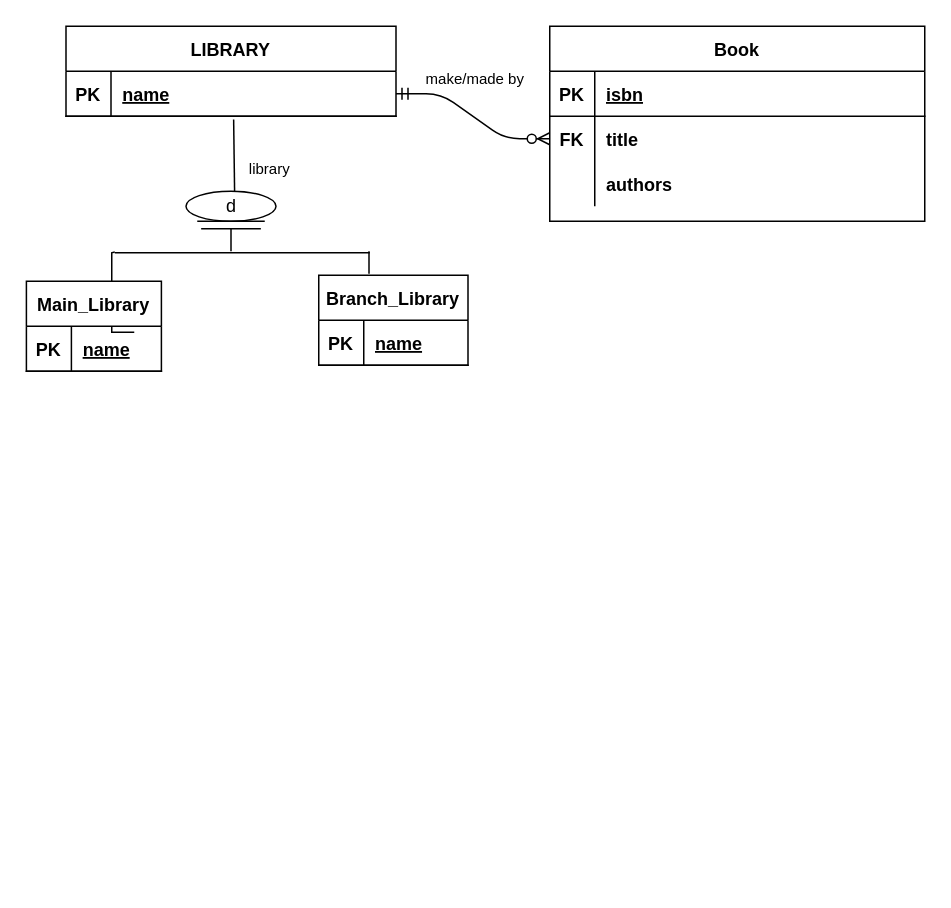
Before: page "Q3-CROWSFOOT" (7 of 7) of DBDESIGN-ASS1.drawio in nurezzajeslin/week3, a draw.io diagram. Source tidied: cells renumbered, new cells numbered last; positions are measured from the earlier drawing's top-left corner, leaving out a move shared by most shapes. Both pictures are drawn from the tidied source at 150%, with x=0, y=0 at pixel (26, 26).
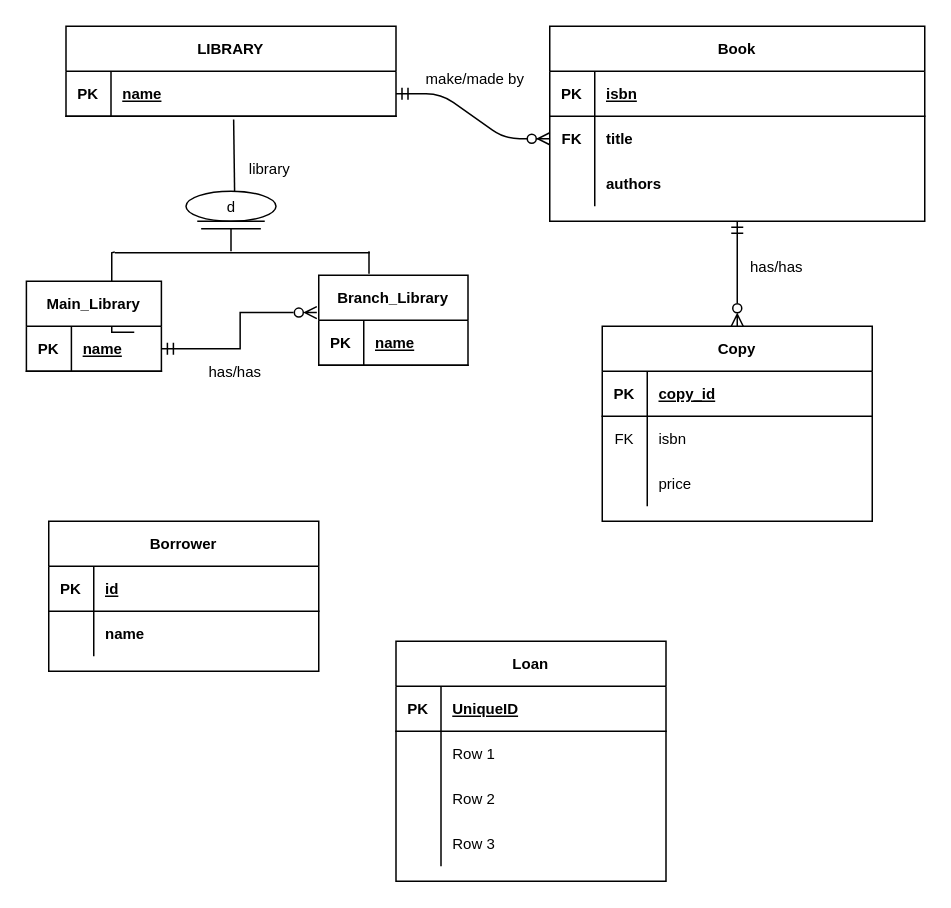
The same page after the edit.

Diff of the diagram source:
```diff
@@
-    <mxCell id="2" style="edgeStyle=entityRelationEdgeStyle;endArrow=ERzeroToMany;startArrow=ERmandOne;endFill=1;startFill=0;" parent="1" edge="1" source="14" target="7">
+    <mxCell id="2" style="edgeStyle=entityRelationEdgeStyle;endArrow=ERzeroToMany;startArrow=ERmandOne;endFill=1;startFill=0;fontSize=10;" parent="1" edge="1" source="14" target="7">
       <mxGeometry relative="1" as="geometry" />
     </mxCell>
+    <mxCell id="34" style="edgeStyle=orthogonalEdgeStyle;rounded=0;jettySize=auto;html=1;exitX=0.5;exitY=1;exitDx=0;exitDy=0;fontSize=10;startArrow=ERmandOne;startFill=0;endArrow=ERzeroToMany;endFill=0;" parent="1" edge="1" source="3" target="57">
+      <mxGeometry relative="1" as="geometry" />
+    </mxCell>
-    <mxCell id="3" value="Book" style="shape=table;startSize=30;childLayout=tableLayout;rowLines=0;fontStyle=1;align=center;" parent="1" vertex="1">
+    <mxCell id="3" value="Book" style="shape=table;startSize=30;childLayout=tableLayout;rowLines=0;fontStyle=1;align=center;fontSize=10;" parent="1" vertex="1">
       <mxGeometry x="349" width="250" height="130" as="geometry" />
     </mxCell>
-    <mxCell id="4" style="shape=partialRectangle;fillColor=none;top=0;left=0;right=0;bottom=1;" parent="3" vertex="1">
+    <mxCell id="4" style="shape=partialRectangle;fillColor=none;top=0;left=0;right=0;bottom=1;fontSize=10;" parent="3" vertex="1">
       <mxGeometry y="30" width="250" height="30" as="geometry" />
     </mxCell>
-    <mxCell id="5" value="PK" style="shape=partialRectangle;overflow=hidden;fillColor=none;top=0;left=0;bottom=0;right=0;fontStyle=1;" parent="4" vertex="1">
+    <mxCell id="5" value="PK" style="shape=partialRectangle;overflow=hidden;fillColor=none;top=0;left=0;bottom=0;right=0;fontStyle=1;fontSize=10;" parent="4" vertex="1">
       <mxGeometry width="30" height="30" as="geometry" />
     </mxCell>
-    <mxCell id="6" value="isbn" style="shape=partialRectangle;overflow=hidden;fillColor=none;top=0;left=0;bottom=0;right=0;align=left;spacingLeft=6;fontStyle=5;" parent="4" vertex="1">
+    <mxCell id="6" value="isbn" style="shape=partialRectangle;overflow=hidden;fillColor=none;top=0;left=0;bottom=0;right=0;align=left;spacingLeft=6;fontStyle=5;fontSize=10;" parent="4" vertex="1">
       <mxGeometry x="30" width="220" height="30" as="geometry" />
     </mxCell>
-    <mxCell id="7" style="shape=partialRectangle;fillColor=none;points=[[0,0.5],[1,0.5]];portConstraint=eastwest;top=0;left=0;right=0;bottom=0;" parent="3" vertex="1">
+    <mxCell id="7" style="shape=partialRectangle;fillColor=none;points=[[0,0.5],[1,0.5]];portConstraint=eastwest;top=0;left=0;right=0;bottom=0;fontSize=10;" parent="3" vertex="1">
       <mxGeometry y="60" width="250" height="30" as="geometry" />
     </mxCell>
-    <mxCell id="8" value="FK" style="shape=partialRectangle;overflow=hidden;fillColor=none;top=0;left=0;bottom=0;right=0;fontStyle=1;" parent="7" vertex="1">
+    <mxCell id="8" value="FK" style="shape=partialRectangle;overflow=hidden;fillColor=none;top=0;left=0;bottom=0;right=0;fontStyle=1;fontSize=10;" parent="7" vertex="1">
       <mxGeometry width="30" height="30" as="geometry" />
     </mxCell>
-    <mxCell id="9" value="title" style="shape=partialRectangle;overflow=hidden;fillColor=none;top=0;left=0;bottom=0;right=0;align=left;spacingLeft=6;fontStyle=1;" parent="7" vertex="1">
+    <mxCell id="9" value="title" style="shape=partialRectangle;overflow=hidden;fillColor=none;top=0;left=0;bottom=0;right=0;align=left;spacingLeft=6;fontStyle=1;fontSize=10;" parent="7" vertex="1">
       <mxGeometry x="30" width="220" height="30" as="geometry" />
     </mxCell>
-    <mxCell id="10" style="shape=partialRectangle;fillColor=none;top=0;left=0;right=0;bottom=0;" parent="3" vertex="1">
+    <mxCell id="10" style="shape=partialRectangle;fillColor=none;top=0;left=0;right=0;bottom=0;fontSize=10;" parent="3" vertex="1">
       <mxGeometry y="90" width="250" height="30" as="geometry" />
     </mxCell>
-    <mxCell id="11" style="shape=partialRectangle;overflow=hidden;fillColor=none;top=0;left=0;bottom=0;right=0;" parent="10" vertex="1">
+    <mxCell id="11" style="shape=partialRectangle;overflow=hidden;fillColor=none;top=0;left=0;bottom=0;right=0;fontSize=10;" parent="10" vertex="1">
       <mxGeometry width="30" height="30" as="geometry" />
     </mxCell>
-    <mxCell id="12" value="authors" style="shape=partialRectangle;overflow=hidden;fillColor=none;top=0;left=0;bottom=0;right=0;align=left;spacingLeft=6;fontStyle=1;" parent="10" vertex="1">
+    <mxCell id="12" value="authors" style="shape=partialRectangle;overflow=hidden;fillColor=none;top=0;left=0;bottom=0;right=0;align=left;spacingLeft=6;fontStyle=1;fontSize=10;" parent="10" vertex="1">
       <mxGeometry x="30" width="220" height="30" as="geometry" />
     </mxCell>
-    <mxCell id="13" value="LIBRARY" style="shape=table;startSize=30;childLayout=tableLayout;rowLines=0;fontStyle=1;align=center;" parent="1" vertex="1">
+    <mxCell id="13" value="LIBRARY" style="shape=table;startSize=30;childLayout=tableLayout;rowLines=0;fontStyle=1;align=center;fontSize=10;" parent="1" vertex="1">
       <mxGeometry x="26.5" width="220" height="60" as="geometry" />
     </mxCell>
-    <mxCell id="14" style="shape=partialRectangle;fillColor=none;points=[[0,0.5],[1,0.5]];portConstraint=eastwest;top=0;left=0;right=0;bottom=1;" parent="13" vertex="1">
+    <mxCell id="14" style="shape=partialRectangle;fillColor=none;points=[[0,0.5],[1,0.5]];portConstraint=eastwest;top=0;left=0;right=0;bottom=1;fontSize=10;" parent="13" vertex="1">
       <mxGeometry y="30" width="220" height="30" as="geometry" />
     </mxCell>
-    <mxCell id="15" value="PK" style="shape=partialRectangle;overflow=hidden;fillColor=none;top=0;left=0;bottom=0;right=0;fontStyle=1;" parent="14" vertex="1">
+    <mxCell id="15" value="PK" style="shape=partialRectangle;overflow=hidden;fillColor=none;top=0;left=0;bottom=0;right=0;fontStyle=1;fontSize=10;" parent="14" vertex="1">
       <mxGeometry width="30" height="30" as="geometry" />
     </mxCell>
-    <mxCell id="16" value="name" style="shape=partialRectangle;overflow=hidden;fillColor=none;top=0;left=0;bottom=0;right=0;align=left;spacingLeft=6;fontStyle=5;" parent="14" vertex="1">
+    <mxCell id="16" value="name" style="shape=partialRectangle;overflow=hidden;fillColor=none;top=0;left=0;bottom=0;right=0;align=left;spacingLeft=6;fontStyle=5;fontSize=10;" parent="14" vertex="1">
       <mxGeometry x="30" width="190" height="30" as="geometry" />
     </mxCell>
-    <mxCell id="17" style="endArrow=none;html=1;rounded=0;exitX=0.54;exitY=0.007;exitDx=0;exitDy=0;exitPerimeter=0;entryX=0.508;entryY=1.072;entryDx=0;entryDy=0;entryPerimeter=0;" parent="1" edge="1" source="18" target="14">
+    <mxCell id="17" style="endArrow=none;html=1;rounded=0;exitX=0.54;exitY=0.007;exitDx=0;exitDy=0;exitPerimeter=0;entryX=0.508;entryY=1.072;entryDx=0;entryDy=0;entryPerimeter=0;fontSize=10;" parent="1" edge="1" source="18" target="14">
       <mxGeometry relative="1" as="geometry" />
     </mxCell>
-    <mxCell id="18" value="d" style="ellipse;shape=umlEntity;whiteSpace=wrap;html=1;" parent="1" vertex="1">
+    <mxCell id="18" value="d" style="ellipse;shape=umlEntity;whiteSpace=wrap;html=1;fontSize=10;" parent="1" vertex="1">
       <mxGeometry x="106.5" y="110" width="60" height="20" as="geometry" />
     </mxCell>
-    <mxCell id="19" style="line;strokeWidth=1;dashed=0;labelPosition=right;align=left;verticalAlign=middle;spacingTop=0;spacingLeft=6;" parent="1" vertex="1">
+    <mxCell id="19" style="line;strokeWidth=1;dashed=0;labelPosition=right;align=left;verticalAlign=middle;spacingTop=0;spacingLeft=6;fontSize=10;" parent="1" vertex="1">
       <mxGeometry x="116.6" y="130" width="39.8" height="10" as="geometry" />
     </mxCell>
-    <mxCell id="20" value="&lt;font style=&quot;font-size: 10px&quot;&gt;library&lt;/font&gt;" style="text;html=1;align=center;verticalAlign=middle;strokeColor=none;fillColor=none;" parent="1" vertex="1">
+    <mxCell id="20" value="&lt;font style=&quot;font-size: 10px;&quot;&gt;library&lt;/font&gt;" style="text;html=1;align=center;verticalAlign=middle;strokeColor=none;fillColor=none;fontSize=10;" parent="1" vertex="1">
       <mxGeometry x="141.5" y="85" width="40" height="20" as="geometry" />
     </mxCell>
-    <mxCell id="21" style="edgeStyle=orthogonalEdgeStyle;rounded=0;jettySize=auto;html=1;fontSize=6;endArrow=none;endFill=0;" parent="1" edge="1" target="23">
+    <mxCell id="21" style="edgeStyle=orthogonalEdgeStyle;rounded=0;jettySize=auto;html=1;fontSize=10;endArrow=none;endFill=0;" parent="1" edge="1" target="23">
       <mxGeometry relative="1" as="geometry">
         <mxPoint x="72" y="204" as="sourcePoint" />
         <Array as="points">
           <mxPoint x="57" y="204" />
         </Array>
       </mxGeometry>
     </mxCell>
@@
-    <mxCell id="23" style="line;strokeWidth=1;html=1;perimeter=backbonePerimeter;points=[];outlineConnect=0;fontSize=6;textOpacity=90;" parent="1" vertex="1">
+    <mxCell id="23" style="line;strokeWidth=1;html=1;perimeter=backbonePerimeter;points=[];outlineConnect=0;fontSize=10;textOpacity=90;" parent="1" vertex="1">
       <mxGeometry x="59" y="146" width="170" height="10" as="geometry" />
     </mxCell>
@@
-    <mxCell id="25" value="&lt;font style=&quot;font-size: 10px&quot;&gt;make/made by&lt;/font&gt;" style="text;html=1;align=center;verticalAlign=middle;strokeColor=none;fillColor=none;fontSize=6;" parent="1" vertex="1">
-      <mxGeometry x="259" y="30" width="80" height="10" as="geometry" />
+    <mxCell id="25" value="&lt;font style=&quot;font-size: 10px;&quot;&gt;make/made by&lt;/font&gt;" style="text;html=1;align=center;verticalAlign=middle;strokeColor=none;fillColor=none;fontSize=10;" parent="1" vertex="1">
+      <mxGeometry x="259" y="25" width="80" height="20" as="geometry" />
     </mxCell>
-    <mxCell id="26" value="Main_Library" style="shape=table;startSize=30;childLayout=tableLayout;rowLines=0;fontStyle=1;align=center;" parent="1" vertex="1">
+    <mxCell id="26" value="Main_Library" style="shape=table;startSize=30;childLayout=tableLayout;rowLines=0;fontStyle=1;align=center;fontSize=10;" parent="1" vertex="1">
       <mxGeometry x="0.1" y="170" width="90" height="60" as="geometry" />
     </mxCell>
-    <mxCell id="27" style="shape=partialRectangle;fillColor=none;points=[[0,0.5],[1,0.5]];portConstraint=eastwest;top=0;left=0;right=0;bottom=1;" parent="26" vertex="1">
+    <mxCell id="27" style="shape=partialRectangle;fillColor=none;points=[[0,0.5],[1,0.5]];portConstraint=eastwest;top=0;left=0;right=0;bottom=1;fontSize=10;" parent="26" vertex="1">
       <mxGeometry y="30" width="90" height="30" as="geometry" />
     </mxCell>
-    <mxCell id="28" value="PK" style="shape=partialRectangle;overflow=hidden;fillColor=none;top=0;left=0;bottom=0;right=0;fontStyle=1;" parent="27" vertex="1">
+    <mxCell id="28" value="PK" style="shape=partialRectangle;overflow=hidden;fillColor=none;top=0;left=0;bottom=0;right=0;fontStyle=1;fontSize=10;" parent="27" vertex="1">
       <mxGeometry width="30" height="30" as="geometry" />
     </mxCell>
-    <mxCell id="29" value="name" style="shape=partialRectangle;overflow=hidden;fillColor=none;top=0;left=0;bottom=0;right=0;align=left;spacingLeft=6;fontStyle=5;" parent="27" vertex="1">
+    <mxCell id="29" value="name" style="shape=partialRectangle;overflow=hidden;fillColor=none;top=0;left=0;bottom=0;right=0;align=left;spacingLeft=6;fontStyle=5;fontSize=10;" parent="27" vertex="1">
       <mxGeometry x="30" width="60" height="30" as="geometry" />
     </mxCell>
-    <mxCell id="30" value="Branch_Library" style="shape=table;startSize=30;childLayout=tableLayout;rowLines=0;fontStyle=1;align=center;" parent="1" vertex="1">
+    <mxCell id="30" value="Branch_Library" style="shape=table;startSize=30;childLayout=tableLayout;rowLines=0;fontStyle=1;align=center;fontSize=10;" parent="1" vertex="1">
       <mxGeometry x="195" y="166" width="99.5" height="60" as="geometry" />
     </mxCell>
-    <mxCell id="31" style="shape=partialRectangle;fillColor=none;top=0;left=0;right=0;bottom=1;" parent="30" vertex="1">
+    <mxCell id="31" style="shape=partialRectangle;fillColor=none;top=0;left=0;right=0;bottom=1;fontSize=10;" parent="30" vertex="1">
       <mxGeometry y="30" width="99.5" height="30" as="geometry" />
     </mxCell>
-    <mxCell id="32" value="PK" style="shape=partialRectangle;overflow=hidden;fillColor=none;top=0;left=0;bottom=0;right=0;fontStyle=1;" parent="31" vertex="1">
+    <mxCell id="32" value="PK" style="shape=partialRectangle;overflow=hidden;fillColor=none;top=0;left=0;bottom=0;right=0;fontStyle=1;fontSize=10;" parent="31" vertex="1">
       <mxGeometry width="30" height="30" as="geometry" />
     </mxCell>
-    <mxCell id="33" value="name" style="shape=partialRectangle;overflow=hidden;fillColor=none;top=0;left=0;bottom=0;right=0;align=left;spacingLeft=6;fontStyle=5;" parent="31" vertex="1">
+    <mxCell id="33" value="name" style="shape=partialRectangle;overflow=hidden;fillColor=none;top=0;left=0;bottom=0;right=0;align=left;spacingLeft=6;fontStyle=5;fontSize=10;" parent="31" vertex="1">
       <mxGeometry x="30" width="69.5" height="30" as="geometry" />
     </mxCell>
+    <mxCell id="35" value="Borrower" style="shape=table;startSize=30;childLayout=tableLayout;rowLines=0;fontStyle=1;align=center;fontSize=10;strokeWidth=1;" parent="1" vertex="1">
+      <mxGeometry x="15" y="330" width="180" height="100" as="geometry" />
+    </mxCell>
+    <mxCell id="36" style="shape=tableRow;horizontal=0;startSize=0;swimlaneHead=0;swimlaneBody=0;fillColor=none;top=0;left=0;right=0;bottom=1;fontSize=10;strokeWidth=1;" parent="35" vertex="1">
+      <mxGeometry y="30" width="180" height="30" as="geometry" />
+    </mxCell>
+    <mxCell id="37" value="PK" style="shape=partialRectangle;fillColor=none;top=0;left=0;bottom=0;right=0;fontStyle=1;overflow=hidden;fontSize=10;strokeWidth=1;" parent="36" vertex="1">
+      <mxGeometry width="30" height="30" as="geometry" />
+    </mxCell>
+    <mxCell id="38" value="id" style="shape=partialRectangle;fillColor=none;top=0;left=0;bottom=0;right=0;align=left;spacingLeft=6;fontStyle=5;overflow=hidden;fontSize=10;strokeWidth=1;" parent="36" vertex="1">
+      <mxGeometry x="30" width="150" height="30" as="geometry" />
+    </mxCell>
+    <mxCell id="39" style="shape=tableRow;horizontal=0;startSize=0;swimlaneHead=0;swimlaneBody=0;fillColor=none;top=0;left=0;right=0;bottom=0;fontSize=10;strokeWidth=1;" parent="35" vertex="1">
+      <mxGeometry y="60" width="180" height="30" as="geometry" />
+    </mxCell>
+    <mxCell id="40" style="shape=partialRectangle;fillColor=none;top=0;left=0;bottom=0;right=0;overflow=hidden;fontSize=10;strokeWidth=1;" parent="39" vertex="1">
+      <mxGeometry width="30" height="30" as="geometry" />
+    </mxCell>
+    <mxCell id="41" value="name" style="shape=partialRectangle;fillColor=none;top=0;left=0;bottom=0;right=0;align=left;spacingLeft=6;overflow=hidden;fontSize=10;strokeWidth=1;fontStyle=1;" parent="39" vertex="1">
+      <mxGeometry x="30" width="150" height="30" as="geometry" />
+    </mxCell>
+    <mxCell id="42" value="Loan" style="shape=table;startSize=30;childLayout=tableLayout;rowLines=0;fontStyle=1;align=center;fontSize=10;strokeWidth=1;" parent="1" vertex="1">
+      <mxGeometry x="246.5" y="410" width="180" height="160" as="geometry" />
+    </mxCell>
+    <mxCell id="43" style="shape=tableRow;horizontal=0;startSize=0;swimlaneHead=0;swimlaneBody=0;fillColor=none;top=0;left=0;right=0;bottom=1;fontSize=10;strokeWidth=1;" parent="42" vertex="1">
+      <mxGeometry y="30" width="180" height="30" as="geometry" />
+    </mxCell>
+    <mxCell id="44" value="PK" style="shape=partialRectangle;fillColor=none;top=0;left=0;bottom=0;right=0;fontStyle=1;overflow=hidden;fontSize=10;strokeWidth=1;" parent="43" vertex="1">
+      <mxGeometry width="30" height="30" as="geometry" />
+    </mxCell>
+    <mxCell id="45" value="UniqueID" style="shape=partialRectangle;fillColor=none;top=0;left=0;bottom=0;right=0;align=left;spacingLeft=6;fontStyle=5;overflow=hidden;fontSize=10;strokeWidth=1;" parent="43" vertex="1">
+      <mxGeometry x="30" width="150" height="30" as="geometry" />
+    </mxCell>
+    <mxCell id="46" style="shape=tableRow;horizontal=0;startSize=0;swimlaneHead=0;swimlaneBody=0;fillColor=none;top=0;left=0;right=0;bottom=0;fontSize=10;strokeWidth=1;" parent="42" vertex="1">
+      <mxGeometry y="60" width="180" height="30" as="geometry" />
+    </mxCell>
+    <mxCell id="47" style="shape=partialRectangle;fillColor=none;top=0;left=0;bottom=0;right=0;overflow=hidden;fontSize=10;strokeWidth=1;" parent="46" vertex="1">
+      <mxGeometry width="30" height="30" as="geometry" />
+    </mxCell>
+    <mxCell id="48" value="Row 1" style="shape=partialRectangle;fillColor=none;top=0;left=0;bottom=0;right=0;align=left;spacingLeft=6;overflow=hidden;fontSize=10;strokeWidth=1;" parent="46" vertex="1">
+      <mxGeometry x="30" width="150" height="30" as="geometry" />
+    </mxCell>
+    <mxCell id="49" style="shape=tableRow;horizontal=0;startSize=0;swimlaneHead=0;swimlaneBody=0;fillColor=none;top=0;left=0;right=0;bottom=0;fontSize=10;strokeWidth=1;" parent="42" vertex="1">
+      <mxGeometry y="90" width="180" height="30" as="geometry" />
+    </mxCell>
+    <mxCell id="50" style="shape=partialRectangle;fillColor=none;top=0;left=0;bottom=0;right=0;overflow=hidden;fontSize=10;strokeWidth=1;" parent="49" vertex="1">
+      <mxGeometry width="30" height="30" as="geometry" />
+    </mxCell>
+    <mxCell id="51" value="Row 2" style="shape=partialRectangle;fillColor=none;top=0;left=0;bottom=0;right=0;align=left;spacingLeft=6;overflow=hidden;fontSize=10;strokeWidth=1;" parent="49" vertex="1">
+      <mxGeometry x="30" width="150" height="30" as="geometry" />
+    </mxCell>
+    <mxCell id="52" style="shape=tableRow;horizontal=0;startSize=0;swimlaneHead=0;swimlaneBody=0;fillColor=none;top=0;left=0;right=0;bottom=0;fontSize=10;strokeWidth=1;" parent="42" vertex="1">
+      <mxGeometry y="120" width="180" height="30" as="geometry" />
+    </mxCell>
+    <mxCell id="53" style="shape=partialRectangle;fillColor=none;top=0;left=0;bottom=0;right=0;overflow=hidden;fontSize=10;strokeWidth=1;" parent="52" vertex="1">
+      <mxGeometry width="30" height="30" as="geometry" />
+    </mxCell>
+    <mxCell id="54" value="Row 3" style="shape=partialRectangle;fillColor=none;top=0;left=0;bottom=0;right=0;align=left;spacingLeft=6;overflow=hidden;fontSize=10;strokeWidth=1;" parent="52" vertex="1">
+      <mxGeometry x="30" width="150" height="30" as="geometry" />
+    </mxCell>
+    <mxCell id="55" style="edgeStyle=orthogonalEdgeStyle;rounded=0;jettySize=auto;html=1;exitX=1;exitY=0.5;exitDx=0;exitDy=0;entryX=-0.013;entryY=0.415;entryDx=0;entryDy=0;entryPerimeter=0;fontSize=10;startArrow=ERmandOne;startFill=0;endArrow=ERzeroToMany;endFill=0;" parent="1" edge="1" source="27" target="30">
+      <mxGeometry relative="1" as="geometry" />
+    </mxCell>
+    <mxCell id="56" value="has/has" style="text;html=1;align=center;verticalAlign=middle;strokeColor=none;fillColor=none;fontSize=10;" parent="1" vertex="1">
+      <mxGeometry x="114" y="220" width="50" height="20" as="geometry" />
+    </mxCell>
+    <mxCell id="57" value="Copy" style="shape=table;startSize=30;childLayout=tableLayout;rowLines=0;fontStyle=1;align=center;fontSize=10;strokeWidth=1;" parent="1" vertex="1">
+      <mxGeometry x="384" y="200" width="180" height="130" as="geometry" />
+    </mxCell>
+    <mxCell id="58" style="shape=tableRow;horizontal=0;startSize=0;swimlaneHead=0;swimlaneBody=0;fillColor=none;top=0;left=0;right=0;bottom=1;fontSize=10;strokeWidth=1;" parent="57" vertex="1">
+      <mxGeometry y="30" width="180" height="30" as="geometry" />
+    </mxCell>
+    <mxCell id="59" value="PK" style="shape=partialRectangle;fillColor=none;top=0;left=0;bottom=0;right=0;fontStyle=1;overflow=hidden;fontSize=10;strokeWidth=1;" parent="58" vertex="1">
+      <mxGeometry width="30" height="30" as="geometry" />
+    </mxCell>
+    <mxCell id="60" value="copy_id" style="shape=partialRectangle;fillColor=none;top=0;left=0;bottom=0;right=0;align=left;spacingLeft=6;fontStyle=5;overflow=hidden;fontSize=10;strokeWidth=1;" parent="58" vertex="1">
+      <mxGeometry x="30" width="150" height="30" as="geometry" />
+    </mxCell>
+    <mxCell id="61" style="shape=tableRow;horizontal=0;startSize=0;swimlaneHead=0;swimlaneBody=0;fillColor=none;top=0;left=0;right=0;bottom=0;fontSize=10;strokeWidth=1;" parent="57" vertex="1">
+      <mxGeometry y="60" width="180" height="30" as="geometry" />
+    </mxCell>
+    <mxCell id="62" value="FK" style="shape=partialRectangle;fillColor=none;top=0;left=0;bottom=0;right=0;overflow=hidden;fontSize=10;strokeWidth=1;" parent="61" vertex="1">
+      <mxGeometry width="30" height="30" as="geometry" />
+    </mxCell>
+    <mxCell id="63" value="isbn" style="shape=partialRectangle;fillColor=none;top=0;left=0;bottom=0;right=0;align=left;spacingLeft=6;overflow=hidden;fontSize=10;strokeWidth=1;" parent="61" vertex="1">
+      <mxGeometry x="30" width="150" height="30" as="geometry" />
+    </mxCell>
+    <mxCell id="64" style="shape=tableRow;horizontal=0;startSize=0;swimlaneHead=0;swimlaneBody=0;fillColor=none;top=0;left=0;right=0;bottom=0;fontSize=10;strokeWidth=1;" parent="57" vertex="1">
+      <mxGeometry y="90" width="180" height="30" as="geometry" />
+    </mxCell>
+    <mxCell id="65" style="shape=partialRectangle;fillColor=none;top=0;left=0;bottom=0;right=0;overflow=hidden;fontSize=10;strokeWidth=1;" parent="64" vertex="1">
+      <mxGeometry width="30" height="30" as="geometry" />
+    </mxCell>
+    <mxCell id="66" value="price" style="shape=partialRectangle;fillColor=none;top=0;left=0;bottom=0;right=0;align=left;spacingLeft=6;overflow=hidden;fontSize=10;strokeWidth=1;" parent="64" vertex="1">
+      <mxGeometry x="30" width="150" height="30" as="geometry" />
+    </mxCell>
+    <mxCell id="67" value="has/has" style="text;html=1;align=center;verticalAlign=middle;strokeColor=none;fillColor=none;fontSize=10;" parent="1" vertex="1">
+      <mxGeometry x="475" y="150" width="50" height="20" as="geometry" />
+    </mxCell>
```
